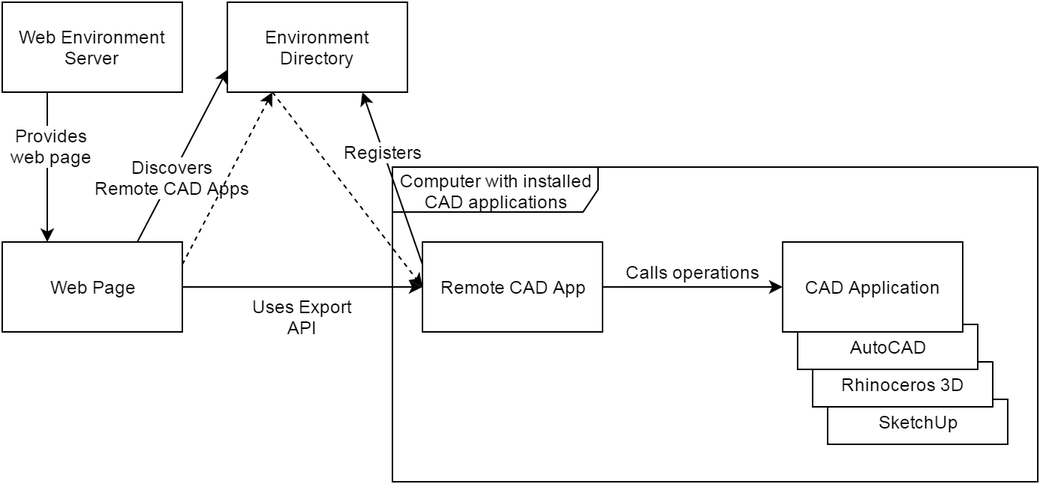
Earlier version of the draw.io export dissertation/images/export_archi_over/export_archi_over.png (pafalium/master-thesis). Source tidied: cells renumbered, new cells last; positions are measured from the earlier drawing's top-left corner, leaving out a move shared by most shapes.
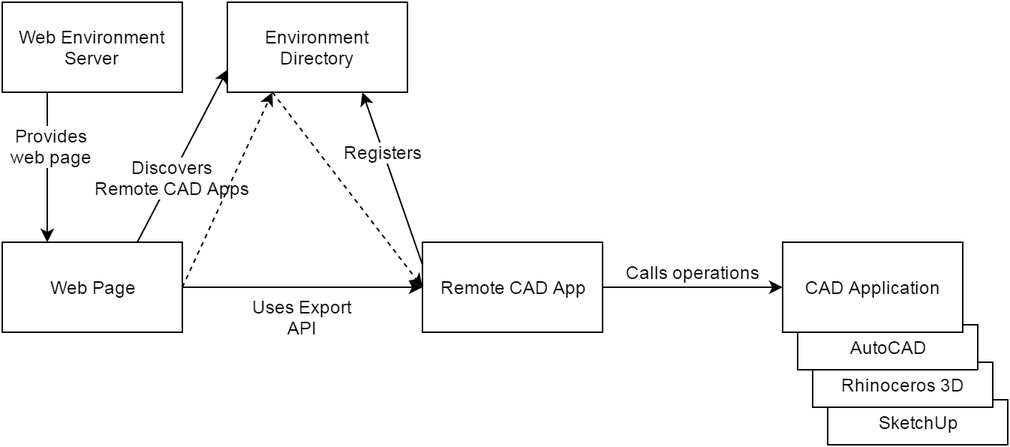
The same file after the commit.

What changed in the source:
```diff
@@ -32,9 +32,6 @@
     <mxCell id="11" value="Web Page" style="whiteSpace=wrap;html=1;" parent="1" vertex="1">
       <mxGeometry y="160" width="120" height="60" as="geometry" />
     </mxCell>
-    <mxCell id="12" value="Computer with installed CAD applications" style="shape=umlFrame;whiteSpace=wrap;html=1;width=137;height=30;" parent="1" vertex="1">
-      <mxGeometry x="260" y="110" width="430" height="210" as="geometry" />
-    </mxCell>
     <mxCell id="13" style="endArrow=classic;html=1;fontSize=14;exitX=0;exitY=0.25;entryX=0.75;entryY=1;" parent="1" edge="1" source="7" target="19">
       <mxGeometry relative="1" as="geometry" />
     </mxCell>
@@ -58,7 +55,7 @@
     <mxCell id="19" value="Environment Directory" style="whiteSpace=wrap;html=1;fontSize=12;" parent="1" vertex="1">
       <mxGeometry x="150" width="120" height="60" as="geometry" />
     </mxCell>
-    <mxCell id="20" style="endArrow=classic;startArrow=none;html=1;strokeColor=#000000;fontSize=12;exitX=1;exitY=0.25;entryX=0.25;entryY=1;dashed=1;startFill=0;" parent="1" edge="1" source="11" target="19">
+    <mxCell id="20" style="endArrow=classic;startArrow=none;html=1;strokeColor=#000000;fontSize=12;exitX=1;exitY=0.5;entryX=0.25;entryY=1;dashed=1;startFill=0;" parent="1" edge="1" source="11" target="19">
       <mxGeometry relative="1" as="geometry" />
     </mxCell>
     <mxCell id="21" style="endArrow=classic;startArrow=none;html=1;strokeColor=#000000;fontSize=12;exitX=0.25;exitY=1;entryX=0;entryY=0.5;dashed=1;startFill=0;" parent="1" edge="1" source="19" target="7">
```
